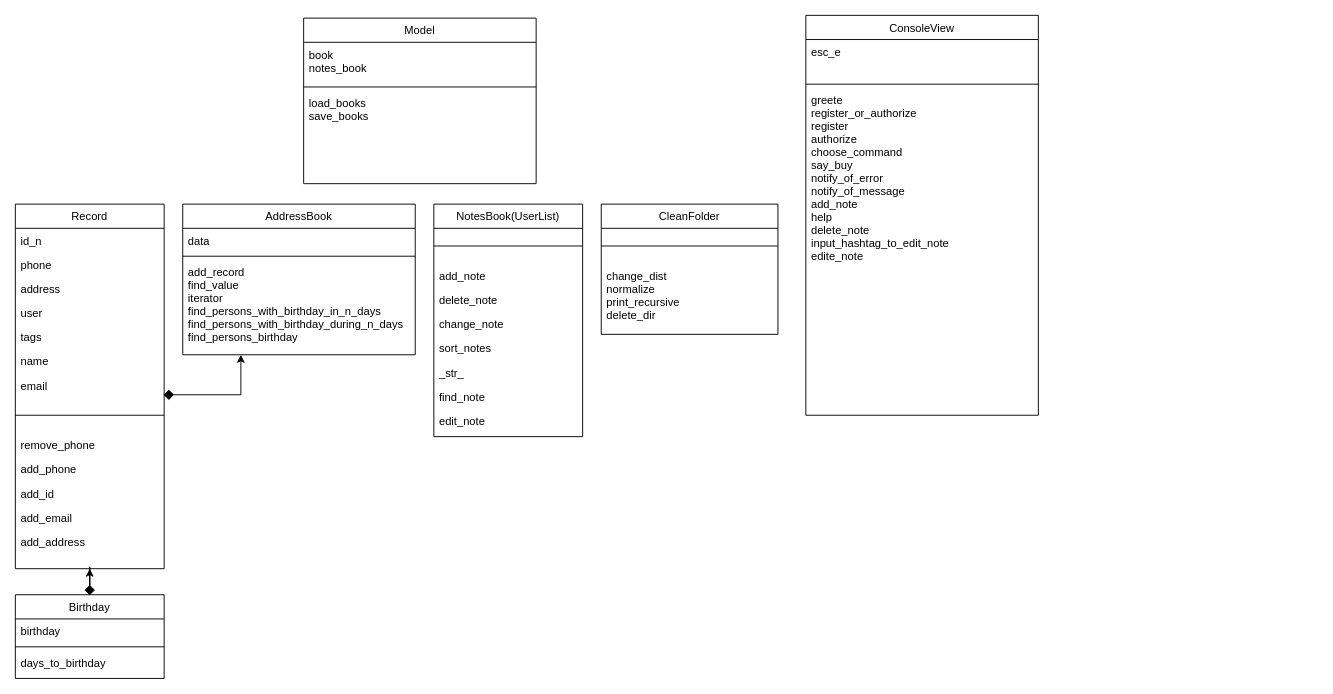
Above: page "Current" (2 of 2) of Classes Diagram.drawio in anna-khodyka/Helper-project (draw.io), before the change. Source tidied: cells renumbered, new cells numbered last; positions are measured from the earlier drawing's top-left corner, leaving out a move shared by most shapes. Both pictures are drawn from the tidied source at 93%, with x=0, y=0 at pixel (15, 15).
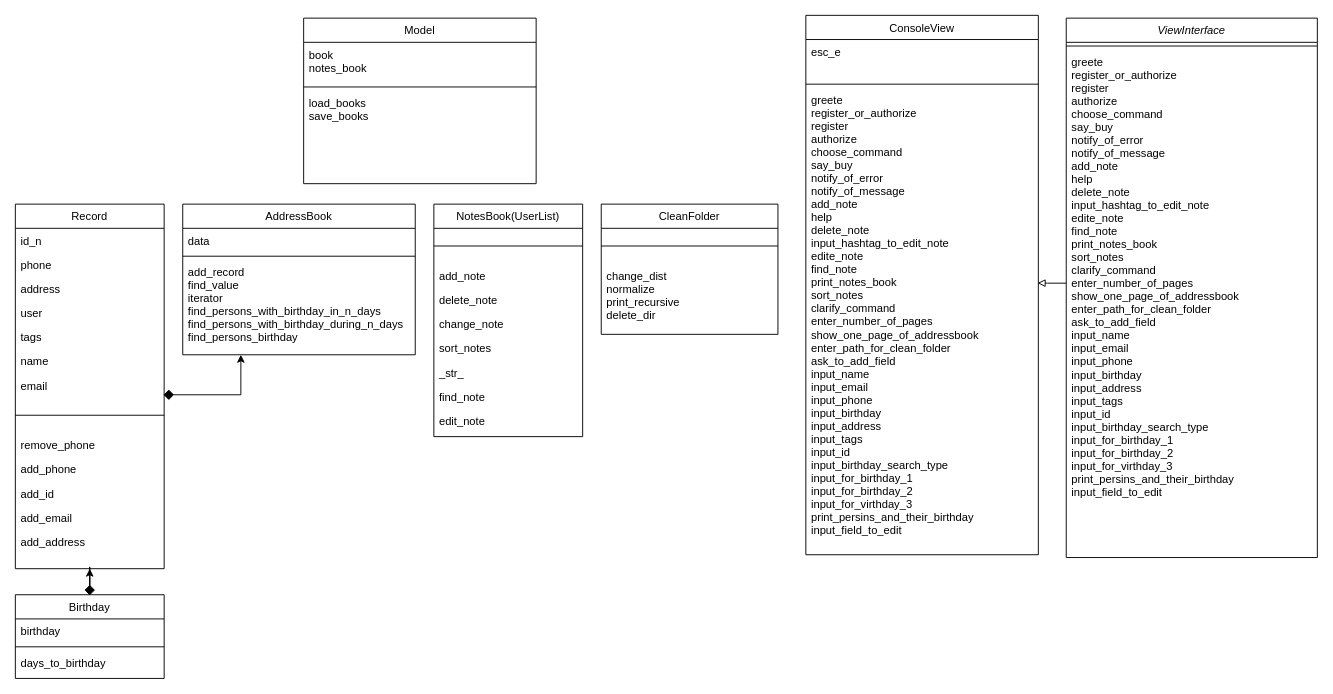
The same diagram, later.

Commit message:
View Classes adding

What changed in the source:
```diff
@@
     <mxCell id="44" value="ConsoleView" style="swimlane;fontStyle=0;align=center;verticalAlign=top;horizontal=1;startSize=26;rounded=0;shadow=0;strokeWidth=1;" parent="1" vertex="1">
-      <mxGeometry x="850" width="250" height="430" as="geometry" />
+      <mxGeometry x="850" width="250" height="580" as="geometry" />
     </mxCell>
@@
-    <mxCell id="47" value="greete&#10;register_or_authorize&#10;register&#10;authorize&#10;choose_command&#10;say_buy&#10;notify_of_error&#10;notify_of_message&#10;add_note&#10;help&#10;delete_note&#10;input_hashtag_to_edit_note&#10;edite_note&#10;" style="text;align=left;verticalAlign=top;spacingLeft=4;spacingRight=4;overflow=hidden;points=[[0,0.5],[1,0.5]];portConstraint=eastwest;" parent="44" vertex="1">
-      <mxGeometry y="78" width="250" height="352" as="geometry" />
+    <mxCell id="47" value="greete&#10;register_or_authorize&#10;register&#10;authorize&#10;choose_command&#10;say_buy&#10;notify_of_error&#10;notify_of_message&#10;add_note&#10;help&#10;delete_note&#10;input_hashtag_to_edit_note&#10;edite_note&#10;find_note&#10;print_notes_book&#10;sort_notes&#10;clarify_command&#10;enter_number_of_pages&#10;show_one_page_of_addressbook&#10;enter_path_for_clean_folder&#10;ask_to_add_field&#10;input_name&#10;input_email&#10;input_phone&#10;input_birthday&#10;input_address&#10;input_tags&#10;input_id&#10;input_birthday_search_type&#10;input_for_birthday_1&#10;input_for_birthday_2&#10;input_for_virthday_3&#10;print_persins_and_their_birthday&#10;input_field_to_edit&#10;" style="text;align=left;verticalAlign=top;spacingLeft=4;spacingRight=4;overflow=hidden;points=[[0,0.5],[1,0.5]];portConstraint=eastwest;" parent="44" vertex="1">
+      <mxGeometry y="78" width="250" height="502" as="geometry" />
     </mxCell>
+    <mxCell id="48" value="ViewInterface" style="swimlane;fontStyle=2;align=center;verticalAlign=top;horizontal=1;startSize=26;rounded=0;shadow=0;strokeWidth=1;" parent="1" vertex="1">
+      <mxGeometry x="1130" y="3" width="270" height="580" as="geometry" />
+    </mxCell>
+    <mxCell id="49" style="line;html=1;strokeWidth=1;align=left;verticalAlign=middle;spacingTop=-1;spacingLeft=3;spacingRight=3;labelPosition=right;" parent="48" vertex="1">
+      <mxGeometry y="26" width="270" height="8" as="geometry" />
+    </mxCell>
+    <mxCell id="50" value="greete&#10;register_or_authorize&#10;register&#10;authorize&#10;choose_command&#10;say_buy&#10;notify_of_error&#10;notify_of_message&#10;add_note&#10;help&#10;delete_note&#10;input_hashtag_to_edit_note&#10;edite_note&#10;find_note&#10;print_notes_book&#10;sort_notes&#10;clarify_command&#10;enter_number_of_pages&#10;show_one_page_of_addressbook&#10;enter_path_for_clean_folder&#10;ask_to_add_field&#10;input_name&#10;input_email&#10;input_phone&#10;input_birthday&#10;input_address&#10;input_tags&#10;input_id&#10;input_birthday_search_type&#10;input_for_birthday_1&#10;input_for_birthday_2&#10;input_for_virthday_3&#10;print_persins_and_their_birthday&#10;input_field_to_edit&#10;" style="text;align=left;verticalAlign=top;spacingLeft=4;spacingRight=4;overflow=hidden;points=[[0,0.5],[1,0.5]];portConstraint=eastwest;" parent="48" vertex="1">
+      <mxGeometry y="34" width="270" height="502" as="geometry" />
+    </mxCell>
+    <mxCell id="51" style="edgeStyle=orthogonalEdgeStyle;rounded=0;jettySize=auto;html=1;entryX=0.997;entryY=0.418;entryDx=0;entryDy=0;entryPerimeter=0;endArrow=block;endFill=0;" parent="1" edge="1" source="50" target="47">
+      <mxGeometry relative="1" as="geometry" />
+    </mxCell>
```
